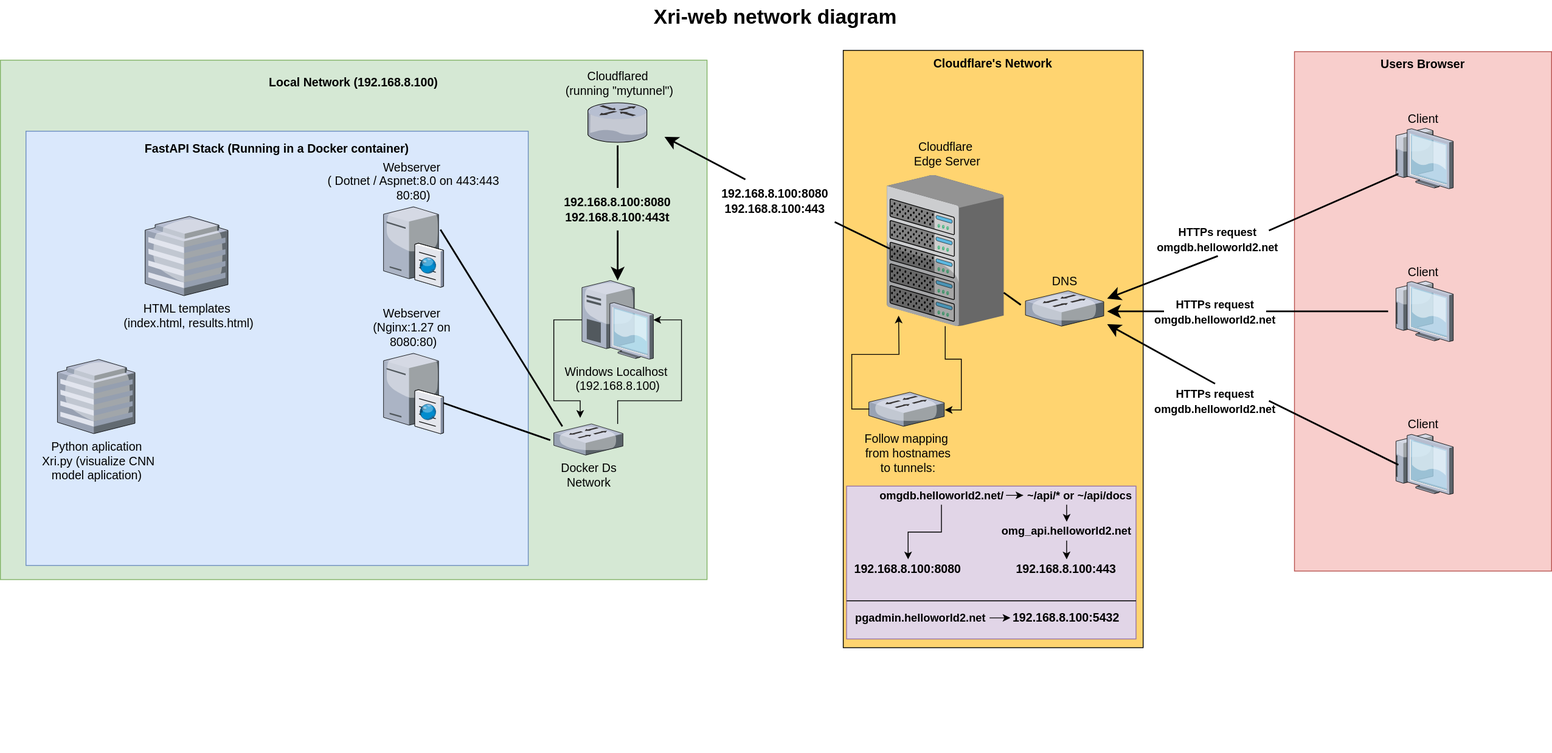
jmsaRuc/CITP_Portfolio_Project keeps this draw.io diagram as blueprint/network-diagram.drawio.svg. Above is the earlier version. Source tidied: cells renumbered, new cells last; positions are measured from the earlier drawing's top-left corner, leaving out a move shared by most shapes.
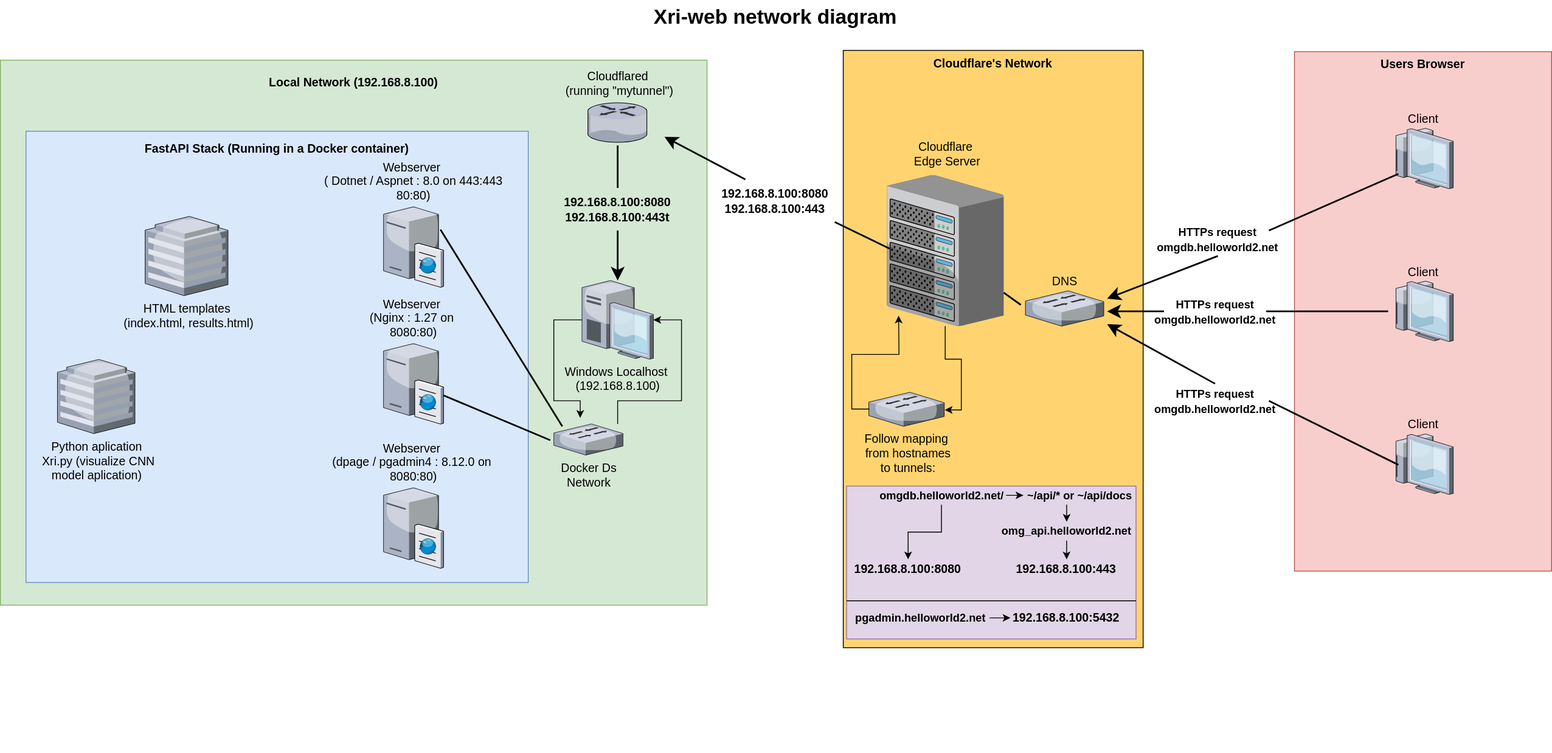
The same diagram one commit later.

What changed in the source:
```diff
@@ -26,13 +26,13 @@
       <mxGeometry y="70" width="830" height="813.4" as="geometry" />
     </mxCell>
     <mxCell id="9" value="&lt;h4 style=&quot;line-height: 0%;&quot;&gt;Local Network (192.168.8.100)&lt;/h4&gt;" style="whiteSpace=wrap;html=1;fillColor=#d5e8d4;fontSize=14;strokeColor=#82b366;verticalAlign=top;" parent="8" vertex="1">
-      <mxGeometry width="830" height="610" as="geometry" />
+      <mxGeometry width="830" height="640" as="geometry" />
     </mxCell>
     <mxCell id="10" style="group;" parent="8" vertex="1">
       <mxGeometry x="30" y="83.4" width="590" height="706.6" as="geometry" />
     </mxCell>
     <mxCell id="11" value="&lt;h3 style=&quot;line-height: 0%;&quot;&gt;FastAPI Stack (Running in a Docker container)&lt;/h3&gt;" style="rounded=0;whiteSpace=wrap;html=1;fillColor=#dae8fc;strokeColor=#6c8ebf;verticalAlign=top;" parent="10" vertex="1">
-      <mxGeometry width="590" height="510" as="geometry" />
+      <mxGeometry width="590" height="530" as="geometry" />
     </mxCell>
     <mxCell id="12" value="Python aplication&lt;br&gt;&amp;nbsp;Xri.py (visualize CNN&lt;br&gt;&amp;nbsp;model aplication)&amp;nbsp;" style="verticalLabelPosition=bottom;html=1;verticalAlign=top;strokeColor=none;shape=mxgraph.citrix.hq_enterprise;fillColor=#66B2FF;gradientColor=#0066CC;fontSize=14;" parent="10" vertex="1">
       <mxGeometry x="37" y="268.1" width="91.1" height="87.1" as="geometry" />
@@ -40,12 +40,15 @@
     <mxCell id="13" value="HTML templates&lt;br&gt;&amp;nbsp;(index.html, results.html)" style="verticalLabelPosition=bottom;html=1;verticalAlign=top;strokeColor=none;shape=mxgraph.citrix.hq_enterprise;fillColor=#66B2FF;gradientColor=#0066CC;fontSize=14;" parent="10" vertex="1">
       <mxGeometry x="140" y="100.1" width="97.3" height="93.1" as="geometry" />
     </mxCell>
-    <mxCell id="14" value="Webserver&amp;nbsp;&lt;div&gt;(Nginx:1.27 on&amp;nbsp;&lt;br&gt;8080:80)&lt;/div&gt;" style="verticalLabelPosition=top;html=1;verticalAlign=bottom;strokeColor=none;shape=mxgraph.citrix.cache_server;fillColor=#66B2FF;gradientColor=#0066CC;fontSize=14;labelPosition=center;align=center;" parent="10" vertex="1">
-      <mxGeometry x="420" y="258.6" width="70.3" height="96.6" as="geometry" />
+    <mxCell id="14" value="Webserver&amp;nbsp;&lt;div&gt;(Nginx : 1.27 on&amp;nbsp;&lt;br&gt;8080:80)&lt;/div&gt;" style="verticalLabelPosition=top;html=1;verticalAlign=bottom;strokeColor=none;shape=mxgraph.citrix.cache_server;fillColor=#66B2FF;gradientColor=#0066CC;fontSize=14;labelPosition=center;align=center;" parent="10" vertex="1">
+      <mxGeometry x="420" y="247.2" width="70.3" height="96.6" as="geometry" />
     </mxCell>
-    <mxCell id="15" value="Webserver&amp;nbsp;&lt;div&gt;( Dotnet / Aspnet:8.0 on&amp;nbsp;443:443&lt;div&gt;&lt;span style=&quot;background-color: transparent; color: light-dark(rgb(0, 0, 0), rgb(255, 255, 255));&quot;&gt;80:80)&lt;/span&gt;&lt;/div&gt;&lt;/div&gt;" style="verticalLabelPosition=top;html=1;verticalAlign=bottom;strokeColor=none;shape=mxgraph.citrix.cache_server;fillColor=#66B2FF;gradientColor=#0066CC;fontSize=14;labelPosition=center;align=center;" parent="10" vertex="1">
+    <mxCell id="15" value="Webserver&amp;nbsp;&lt;div&gt;( Dotnet / Aspnet : 8.0 on&amp;nbsp;443:443&lt;div&gt;&lt;span style=&quot;background-color: transparent; color: light-dark(rgb(0, 0, 0), rgb(255, 255, 255));&quot;&gt;80:80)&lt;/span&gt;&lt;/div&gt;&lt;/div&gt;" style="verticalLabelPosition=top;html=1;verticalAlign=bottom;strokeColor=none;shape=mxgraph.citrix.cache_server;fillColor=#66B2FF;gradientColor=#0066CC;fontSize=14;labelPosition=center;align=center;" parent="10" vertex="1">
       <mxGeometry x="420" y="86.6" width="70.3" height="96.6" as="geometry" />
     </mxCell>
+    <mxCell id="60" value="Webserver&amp;nbsp;&lt;div&gt;(dpage / pgadmin4 : 8.12.0 on&amp;nbsp;&lt;br&gt;8080:80)&lt;/div&gt;" style="verticalLabelPosition=top;html=1;verticalAlign=bottom;strokeColor=none;shape=mxgraph.citrix.cache_server;fillColor=#66B2FF;gradientColor=#0066CC;fontSize=14;labelPosition=center;align=center;" parent="10" vertex="1">
+      <mxGeometry x="420" y="416.6" width="70.3" height="96.6" as="geometry" />
+    </mxCell>
     <mxCell id="16" style="edgeStyle=orthogonalEdgeStyle;rounded=0;jettySize=auto;html=1;" parent="8" edge="1" source="17" target="18">
       <mxGeometry relative="1" as="geometry">
         <Array as="points">
```
